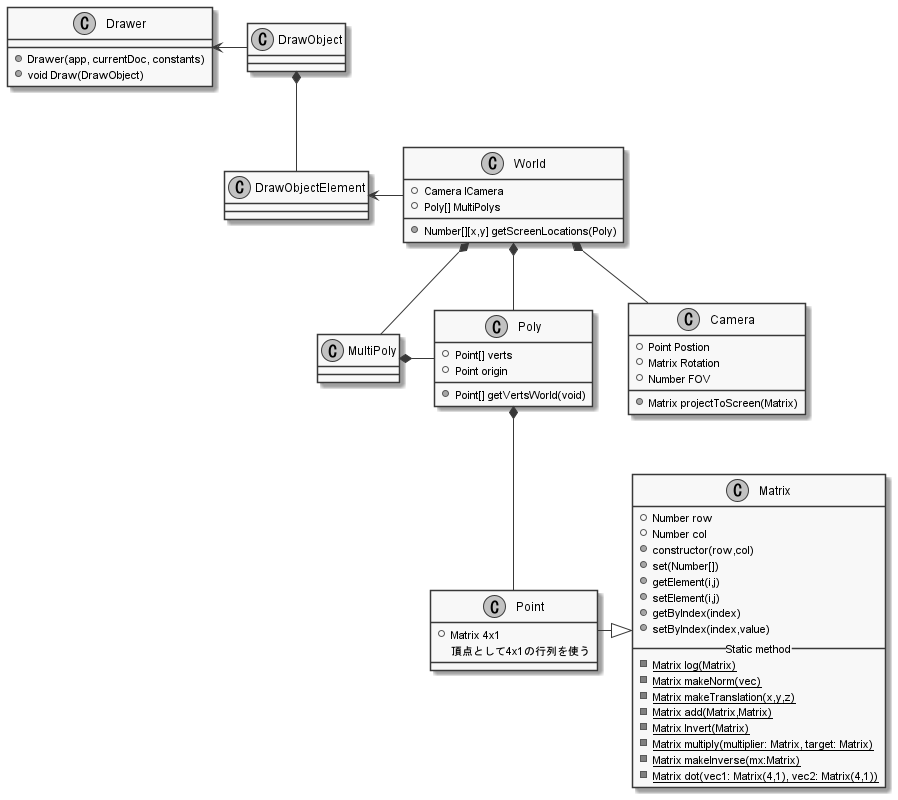
The PlantUML diagram out/graph/Architecture.png in takiren/ExtendYourPerspectives, before a commit. The source it was exported from:
```plantuml
@startuml Architecture
skinparam {
    monochrome true
    padding 1
}

class Poly{
    + Point[] verts
    + Point origin
    + Point[] getVertsWorld(void)
}

class Camera{
    + Point Postion
    + Matrix Rotation
    + Number FOV
    + Matrix projectToScreen(Matrix)
}

class World{
    + Camera ICamera
    + Poly[] MultiPolys
    + Number[][x,y] getScreenLocations(Poly)
}

class Point{
    + Matrix 4x1
    頂点として4x1の行列を使う
}

class Matrix{
    + Number row
    + Number col
    + constructor(row,col)
    + set(Number[])
    + getElement(i,j)
    + setElement(i,j)
    + getByIndex(index)
    + setByIndex(index,value)
    __Static method__
    {static} - Matrix log(Matrix)
    {static} -Matrix makeNorm(vec)
    {static} -Matrix makeTranslation(x,y,z)
    {static} -Matrix add(Matrix,Matrix)
    {static} -Matrix Invert(Matrix)
    {static} -Matrix multiply(multiplier: Matrix, target: Matrix)
    {static} -Matrix makeInverse(mx:Matrix)
    {static} -Matrix dot(vec1: Matrix(4,1), vec2: Matrix(4,1))
}

class Drawer{
    + Drawer(app, currentDoc, constants)
    + void Draw(DrawObject)
}

class DrawObject{
}
class DrawObjectElement{
}
class MultiPoly{
}

MultiPoly *-Poly
World *-- MultiPoly
World *-- Camera
World *--Poly
Point -|> Matrix
Poly *--Point
DrawObject *-- DrawObjectElement
DrawObjectElement <- World
Drawer <- DrawObject
@enduml
```
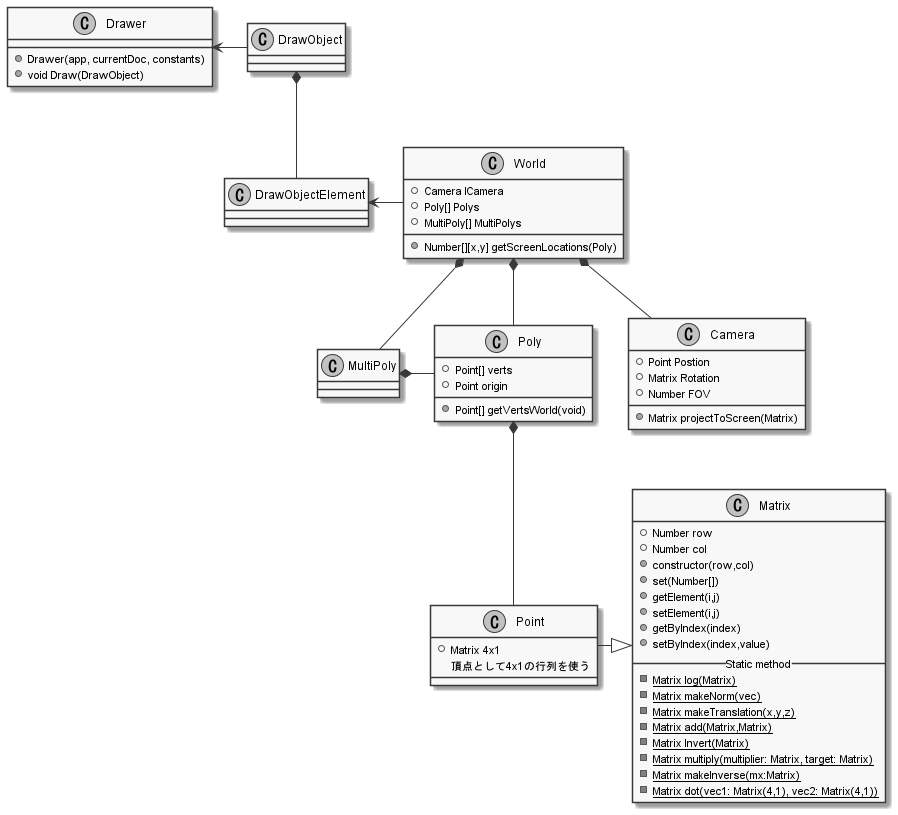
The same file after the commit.

Diff of the diagram source:
```diff
@@ -19,7 +19,8 @@
 
 class World{
     + Camera ICamera
-    + Poly[] MultiPolys
+    + Poly[] Polys
+    + MultiPoly[] MultiPolys
     + Number[][x,y] getScreenLocations(Poly)
 }
 
```
